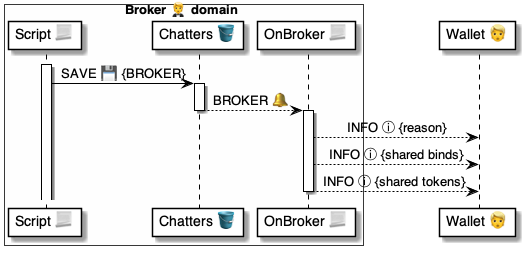
Earlier version of the PlantUML export 4 ⚙️ Solution/20 🧑‍🦰 UI/Brokers 🤵/🤵🪣 Broker tables/Chatters 👥 table/🪣🔔 2 Broker/🤵 OnChatterBroker ⚙️ uml.png (pollyweb-org/pollyweb-docs). Its source is kept beside it as 4 ⚙️ Solution/20 🧑‍🦰 UI/Brokers 🤵/🤵🪣 Broker tables/Chatters 👥 table/🪣🔔 2 Broker/🤵 OnChatterBroker ⚙️ uml.puml. Its diagram source:
```plantuml
@startuml OnChatterBroker

box Broker 🤵 domain #FFFFFA
    participant "Script 📃" as script
    participant "Chatters 🪣" as table
    participant "OnBroker 📃" as handler
end box

participant "Wallet 👱" as wallet

activate script
    script -> table: SAVE 💾 {BROKER}

activate table
    table --> handler: BROKER 🔔
deactivate table

activate handler
    handler --> wallet: INFO ⓘ {reason}
    handler --> wallet: INFO ⓘ {shared binds}
    handler --> wallet: INFO ⓘ {shared tokens}
deactivate handler

@enduml
```
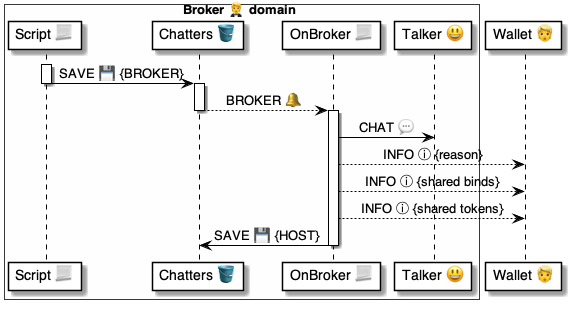
Above is the later version.

What changed in the source:
```diff
@@ -4,21 +4,25 @@
     participant "Script 📃" as script
     participant "Chatters 🪣" as table
     participant "OnBroker 📃" as handler
+    participant "Talker 😃" as talker
 end box
 
 participant "Wallet 👱" as wallet
 
 activate script
     script -> table: SAVE 💾 {BROKER}
+deactivate script
 
 activate table
     table --> handler: BROKER 🔔
 deactivate table
 
 activate handler
+    handler -> talker: CHAT 💬
     handler --> wallet: INFO ⓘ {reason}
     handler --> wallet: INFO ⓘ {shared binds}
     handler --> wallet: INFO ⓘ {shared tokens}
+    handler -> table: SAVE 💾 {HOST}
 deactivate handler
 
 @enduml
```
